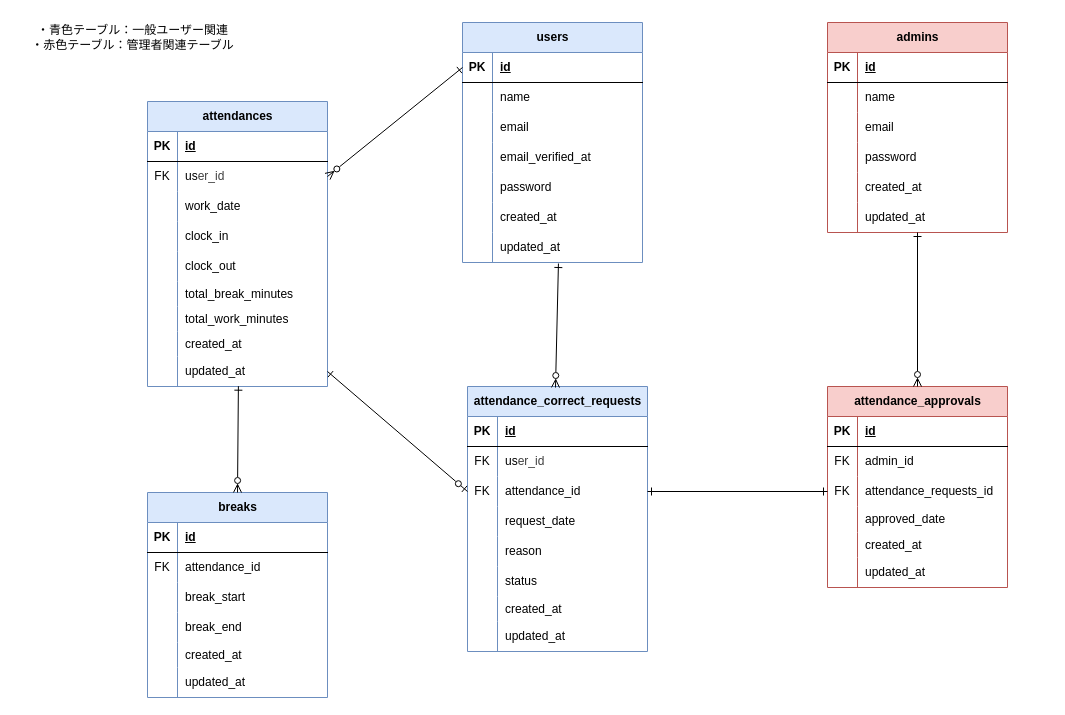
Above: attendance-management-app.dio in ai2525desu/attendance-management-app (draw.io), before the change. Source tidied: cells renumbered, new cells numbered last; positions are measured from the earlier drawing's top-left corner, leaving out a move shared by most shapes. Both pictures are drawn from the tidied source at 100%, with x=0, y=0 at pixel (17, 17).
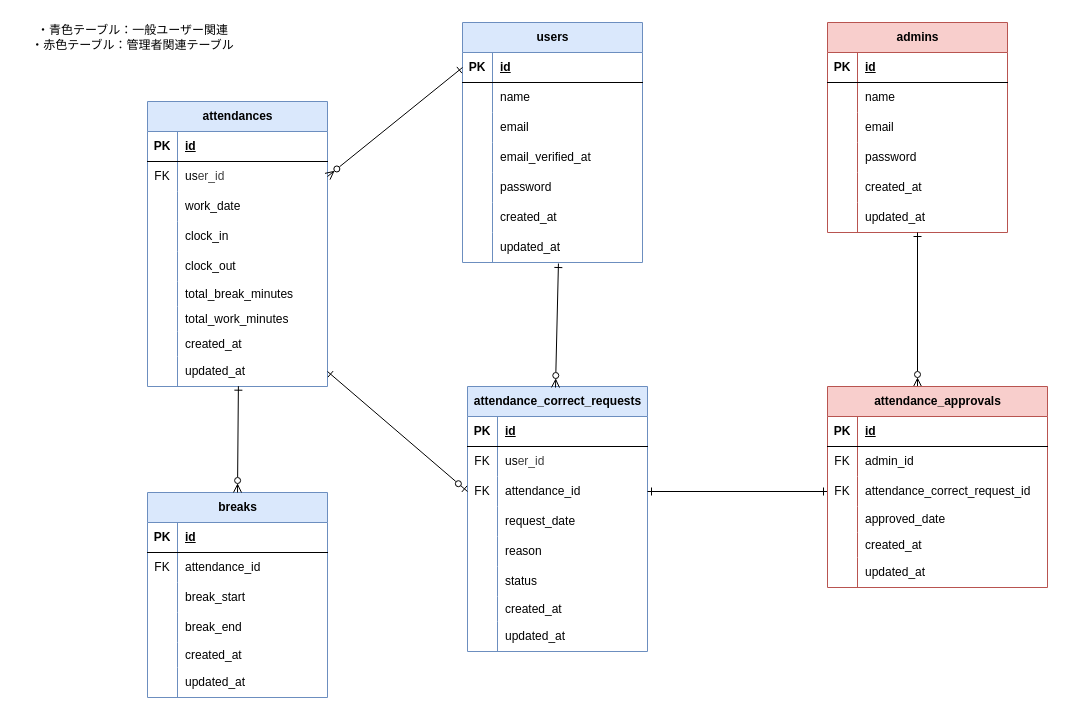
After the change.

Commit message (it also covers changes not shown here):
テーブル名修正に伴うER図の修正

The change refers to these unchanged cells:
```xml
<mxCell id="97" style="shape=tableRow;horizontal=0;startSize=0;swimlaneHead=0;swimlaneBody=0;fillColor=none;points=[[0,0.5],[1,0.5]];portConstraint=eastwest;top=0;left=0;right=0;bottom=0;" parent="90" vertex="1">
  <mxGeometry y="90" width="180" height="30" as="geometry" />
</mxCell>
```

Diff of the diagram source:
```diff
@@
-    <mxCell id="115" value="attendance_approvals" style="shape=table;startSize=30;childLayout=tableLayout;rowLines=0;fontStyle=1;align=center;html=1;fillColor=#f8cecc;strokeColor=#b85450;" parent="1" vertex="1">
-      <mxGeometry x="810" y="369" width="180" height="201" as="geometry" />
-    </mxCell>
-    <mxCell id="116" style="shape=tableRow;horizontal=0;startSize=0;swimlaneHead=0;swimlaneBody=0;fillColor=none;top=0;left=0;right=0;bottom=1;" parent="115" vertex="1">
-      <mxGeometry y="30" width="180" height="30" as="geometry" />
-    </mxCell>
-    <mxCell id="117" value="PK" style="shape=partialRectangle;fillColor=none;top=0;left=0;bottom=0;right=0;fontStyle=1;overflow=hidden;whiteSpace=wrap;html=1;" parent="116" vertex="1">
-      <mxGeometry width="30" height="30" as="geometry" />
-    </mxCell>
-    <mxCell id="118" value="id" style="shape=partialRectangle;fillColor=none;top=0;left=0;bottom=0;right=0;align=left;spacingLeft=6;fontStyle=5;overflow=hidden;whiteSpace=wrap;html=1;" parent="116" vertex="1">
-      <mxGeometry x="30" width="150" height="30" as="geometry" />
-    </mxCell>
-    <mxCell id="119" style="shape=tableRow;horizontal=0;startSize=0;swimlaneHead=0;swimlaneBody=0;fillColor=none;top=0;left=0;right=0;bottom=0;" parent="115" vertex="1">
-      <mxGeometry y="60" width="180" height="30" as="geometry" />
-    </mxCell>
-    <mxCell id="120" value="FK" style="shape=partialRectangle;fillColor=none;top=0;left=0;bottom=0;right=0;overflow=hidden;whiteSpace=wrap;html=1;" parent="119" vertex="1">
-      <mxGeometry width="30" height="30" as="geometry" />
-    </mxCell>
-    <mxCell id="121" value="&lt;span style=&quot;background-color: transparent; color: rgb(63, 63, 63);&quot;&gt;&lt;font color=&quot;#000000&quot;&gt;admin&lt;/font&gt;&lt;/span&gt;&lt;span style=&quot;background-color: transparent;&quot;&gt;_id&lt;/span&gt;" style="shape=partialRectangle;fillColor=none;top=0;left=0;bottom=0;right=0;align=left;spacingLeft=6;overflow=hidden;whiteSpace=wrap;html=1;" parent="119" vertex="1">
-      <mxGeometry x="30" width="150" height="30" as="geometry" />
-    </mxCell>
-    <mxCell id="122" style="shape=tableRow;horizontal=0;startSize=0;swimlaneHead=0;swimlaneBody=0;fillColor=none;points=[[0,0.5],[1,0.5]];portConstraint=eastwest;top=0;left=0;right=0;bottom=0;" parent="115" vertex="1">
-      <mxGeometry y="90" width="180" height="30" as="geometry" />
-    </mxCell>
-    <mxCell id="123" value="FK" style="shape=partialRectangle;fillColor=none;top=0;left=0;bottom=0;right=0;overflow=hidden;whiteSpace=wrap;html=1;" parent="122" vertex="1">
-      <mxGeometry width="30" height="30" as="geometry" />
-    </mxCell>
-    <mxCell id="124" value="&lt;span style=&quot;color: rgb(0, 0, 0);&quot;&gt;&lt;span style=&quot;color: rgb(0, 0, 0); text-align: center; text-wrap-mode: nowrap;&quot;&gt;attendance_requests&lt;/span&gt;_id&lt;/span&gt;" style="shape=partialRectangle;fillColor=none;top=0;left=0;bottom=0;right=0;align=left;spacingLeft=6;overflow=hidden;whiteSpace=wrap;html=1;" parent="122" vertex="1">
-      <mxGeometry x="30" width="150" height="30" as="geometry" />
-    </mxCell>
-    <mxCell id="125" style="shape=tableRow;horizontal=0;startSize=0;swimlaneHead=0;swimlaneBody=0;fillColor=none;top=0;left=0;right=0;bottom=0;" parent="115" vertex="1">
-      <mxGeometry y="120" width="180" height="26" as="geometry" />
-    </mxCell>
-    <mxCell id="126" style="shape=partialRectangle;fillColor=none;top=0;left=0;bottom=0;right=0;overflow=hidden;whiteSpace=wrap;html=1;" parent="125" vertex="1">
-      <mxGeometry width="30" height="26" as="geometry" />
-    </mxCell>
-    <mxCell id="127" value="approved_date" style="shape=partialRectangle;fillColor=none;top=0;left=0;bottom=0;right=0;align=left;spacingLeft=6;overflow=hidden;whiteSpace=wrap;html=1;" parent="125" vertex="1">
-      <mxGeometry x="30" width="150" height="26" as="geometry" />
-    </mxCell>
-    <mxCell id="128" style="shape=tableRow;horizontal=0;startSize=0;swimlaneHead=0;swimlaneBody=0;fillColor=none;top=0;left=0;right=0;bottom=0;" parent="115" vertex="1">
-      <mxGeometry y="146" width="180" height="25" as="geometry" />
-    </mxCell>
-    <mxCell id="129" style="shape=partialRectangle;fillColor=none;top=0;left=0;bottom=0;right=0;overflow=hidden;whiteSpace=wrap;html=1;" parent="128" vertex="1">
-      <mxGeometry width="30" height="25" as="geometry" />
-    </mxCell>
-    <mxCell id="130" value="created_at" style="shape=partialRectangle;fillColor=none;top=0;left=0;bottom=0;right=0;align=left;spacingLeft=6;overflow=hidden;whiteSpace=wrap;html=1;" parent="128" vertex="1">
-      <mxGeometry x="30" width="150" height="25" as="geometry" />
-    </mxCell>
-    <mxCell id="131" style="shape=tableRow;horizontal=0;startSize=0;swimlaneHead=0;swimlaneBody=0;fillColor=none;top=0;left=0;right=0;bottom=0;" parent="115" vertex="1">
-      <mxGeometry y="171" width="180" height="30" as="geometry" />
-    </mxCell>
-    <mxCell id="132" style="shape=partialRectangle;fillColor=none;top=0;left=0;bottom=0;right=0;overflow=hidden;whiteSpace=wrap;html=1;" parent="131" vertex="1">
-      <mxGeometry width="30" height="30" as="geometry" />
-    </mxCell>
-    <mxCell id="133" value="updated_at" style="shape=partialRectangle;fillColor=none;top=0;left=0;bottom=0;right=0;align=left;spacingLeft=6;overflow=hidden;whiteSpace=wrap;html=1;" parent="131" vertex="1">
-      <mxGeometry x="30" width="150" height="30" as="geometry" />
-    </mxCell>
@@
-    <mxCell id="138" style="edgeStyle=none;html=1;exitX=0;exitY=0.5;exitDx=0;exitDy=0;entryX=1;entryY=0.5;entryDx=0;entryDy=0;endArrow=ERone;endFill=0;startArrow=ERone;startFill=0;" parent="1" edge="1" source="122" target="97">
-      <mxGeometry relative="1" as="geometry" />
+    <mxCell id="138" style="edgeStyle=none;html=1;exitX=0;exitY=0.5;exitDx=0;exitDy=0;entryX=1;entryY=0.5;entryDx=0;entryDy=0;endArrow=ERone;endFill=0;startArrow=ERone;startFill=0;" parent="1" edge="1" target="97">
+      <mxGeometry relative="1" as="geometry">
+        <mxPoint x="810" y="474" as="sourcePoint" />
+      </mxGeometry>
     </mxCell>
-    <mxCell id="139" style="edgeStyle=none;html=1;exitX=0.5;exitY=0;exitDx=0;exitDy=0;endArrow=ERone;endFill=0;startArrow=ERzeroToMany;startFill=0;" parent="1" edge="1" source="115">
+    <mxCell id="139" style="edgeStyle=none;html=1;exitX=0.5;exitY=0;exitDx=0;exitDy=0;endArrow=ERone;endFill=0;startArrow=ERzeroToMany;startFill=0;" parent="1" edge="1">
       <mxGeometry relative="1" as="geometry">
+        <mxPoint x="900" y="369" as="sourcePoint" />
         <mxPoint x="900" y="215" as="targetPoint" />
       </mxGeometry>
     </mxCell>
@@
+    <mxCell id="115" value="attendance_approvals" style="shape=table;startSize=30;childLayout=tableLayout;rowLines=0;fontStyle=1;align=center;html=1;fillColor=#f8cecc;strokeColor=#b85450;" parent="1" vertex="1">
+      <mxGeometry x="810" y="369" width="220" height="201" as="geometry" />
+    </mxCell>
+    <mxCell id="141" style="shape=tableRow;horizontal=0;startSize=0;swimlaneHead=0;swimlaneBody=0;fillColor=none;top=0;left=0;right=0;bottom=1;" parent="115" vertex="1">
+      <mxGeometry y="30" width="220" height="30" as="geometry" />
+    </mxCell>
+    <mxCell id="117" value="PK" style="shape=partialRectangle;fillColor=none;top=0;left=0;bottom=0;right=0;fontStyle=1;overflow=hidden;whiteSpace=wrap;html=1;" parent="141" vertex="1">
+      <mxGeometry width="30" height="30" as="geometry" />
+    </mxCell>
+    <mxCell id="118" value="id" style="shape=partialRectangle;fillColor=none;top=0;left=0;bottom=0;right=0;align=left;spacingLeft=6;fontStyle=5;overflow=hidden;whiteSpace=wrap;html=1;" parent="141" vertex="1">
+      <mxGeometry x="30" width="190" height="30" as="geometry" />
+    </mxCell>
+    <mxCell id="142" style="shape=tableRow;horizontal=0;startSize=0;swimlaneHead=0;swimlaneBody=0;fillColor=none;top=0;left=0;right=0;bottom=0;" parent="115" vertex="1">
+      <mxGeometry y="60" width="220" height="30" as="geometry" />
+    </mxCell>
+    <mxCell id="143" value="FK" style="shape=partialRectangle;fillColor=none;top=0;left=0;bottom=0;right=0;overflow=hidden;whiteSpace=wrap;html=1;" parent="142" vertex="1">
+      <mxGeometry width="30" height="30" as="geometry" />
+    </mxCell>
+    <mxCell id="121" value="&lt;span style=&quot;background-color: transparent; color: rgb(63, 63, 63);&quot;&gt;&lt;font color=&quot;#000000&quot;&gt;admin&lt;/font&gt;&lt;/span&gt;&lt;span style=&quot;background-color: transparent;&quot;&gt;_id&lt;/span&gt;" style="shape=partialRectangle;fillColor=none;top=0;left=0;bottom=0;right=0;align=left;spacingLeft=6;overflow=hidden;whiteSpace=wrap;html=1;" parent="142" vertex="1">
+      <mxGeometry x="30" width="190" height="30" as="geometry" />
+    </mxCell>
+    <mxCell id="144" style="shape=tableRow;horizontal=0;startSize=0;swimlaneHead=0;swimlaneBody=0;fillColor=none;top=0;left=0;right=0;bottom=0;" parent="115" vertex="1">
+      <mxGeometry y="90" width="220" height="30" as="geometry" />
+    </mxCell>
+    <mxCell id="145" value="FK" style="shape=partialRectangle;fillColor=none;top=0;left=0;bottom=0;right=0;overflow=hidden;whiteSpace=wrap;html=1;" parent="144" vertex="1">
+      <mxGeometry width="30" height="30" as="geometry" />
+    </mxCell>
+    <mxCell id="146" value="&lt;span style=&quot;color: rgb(0, 0, 0);&quot;&gt;&lt;span style=&quot;color: rgb(0, 0, 0); text-align: center; text-wrap-mode: nowrap;&quot;&gt;attendance_correct_request&lt;/span&gt;_id&lt;/span&gt;" style="shape=partialRectangle;fillColor=none;top=0;left=0;bottom=0;right=0;align=left;spacingLeft=6;overflow=hidden;whiteSpace=wrap;html=1;" parent="144" vertex="1">
+      <mxGeometry x="30" width="190" height="30" as="geometry" />
+    </mxCell>
+    <mxCell id="147" style="shape=tableRow;horizontal=0;startSize=0;swimlaneHead=0;swimlaneBody=0;fillColor=none;top=0;left=0;right=0;bottom=0;" parent="115" vertex="1">
+      <mxGeometry y="120" width="220" height="26" as="geometry" />
+    </mxCell>
+    <mxCell id="126" style="shape=partialRectangle;fillColor=none;top=0;left=0;bottom=0;right=0;overflow=hidden;whiteSpace=wrap;html=1;" parent="147" vertex="1">
+      <mxGeometry width="30" height="26" as="geometry" />
+    </mxCell>
+    <mxCell id="127" value="approved_date" style="shape=partialRectangle;fillColor=none;top=0;left=0;bottom=0;right=0;align=left;spacingLeft=6;overflow=hidden;whiteSpace=wrap;html=1;" parent="147" vertex="1">
+      <mxGeometry x="30" width="190" height="26" as="geometry" />
+    </mxCell>
+    <mxCell id="148" style="shape=tableRow;horizontal=0;startSize=0;swimlaneHead=0;swimlaneBody=0;fillColor=none;top=0;left=0;right=0;bottom=0;" parent="115" vertex="1">
+      <mxGeometry y="146" width="220" height="25" as="geometry" />
+    </mxCell>
+    <mxCell id="129" style="shape=partialRectangle;fillColor=none;top=0;left=0;bottom=0;right=0;overflow=hidden;whiteSpace=wrap;html=1;" parent="148" vertex="1">
+      <mxGeometry width="30" height="25" as="geometry" />
+    </mxCell>
+    <mxCell id="130" value="created_at" style="shape=partialRectangle;fillColor=none;top=0;left=0;bottom=0;right=0;align=left;spacingLeft=6;overflow=hidden;whiteSpace=wrap;html=1;" parent="148" vertex="1">
+      <mxGeometry x="30" width="190" height="25" as="geometry" />
+    </mxCell>
+    <mxCell id="149" style="shape=tableRow;horizontal=0;startSize=0;swimlaneHead=0;swimlaneBody=0;fillColor=none;top=0;left=0;right=0;bottom=0;" parent="115" vertex="1">
+      <mxGeometry y="171" width="220" height="30" as="geometry" />
+    </mxCell>
+    <mxCell id="132" style="shape=partialRectangle;fillColor=none;top=0;left=0;bottom=0;right=0;overflow=hidden;whiteSpace=wrap;html=1;" parent="149" vertex="1">
+      <mxGeometry width="30" height="30" as="geometry" />
+    </mxCell>
+    <mxCell id="133" value="updated_at" style="shape=partialRectangle;fillColor=none;top=0;left=0;bottom=0;right=0;align=left;spacingLeft=6;overflow=hidden;whiteSpace=wrap;html=1;" parent="149" vertex="1">
+      <mxGeometry x="30" width="190" height="30" as="geometry" />
+    </mxCell>
```
